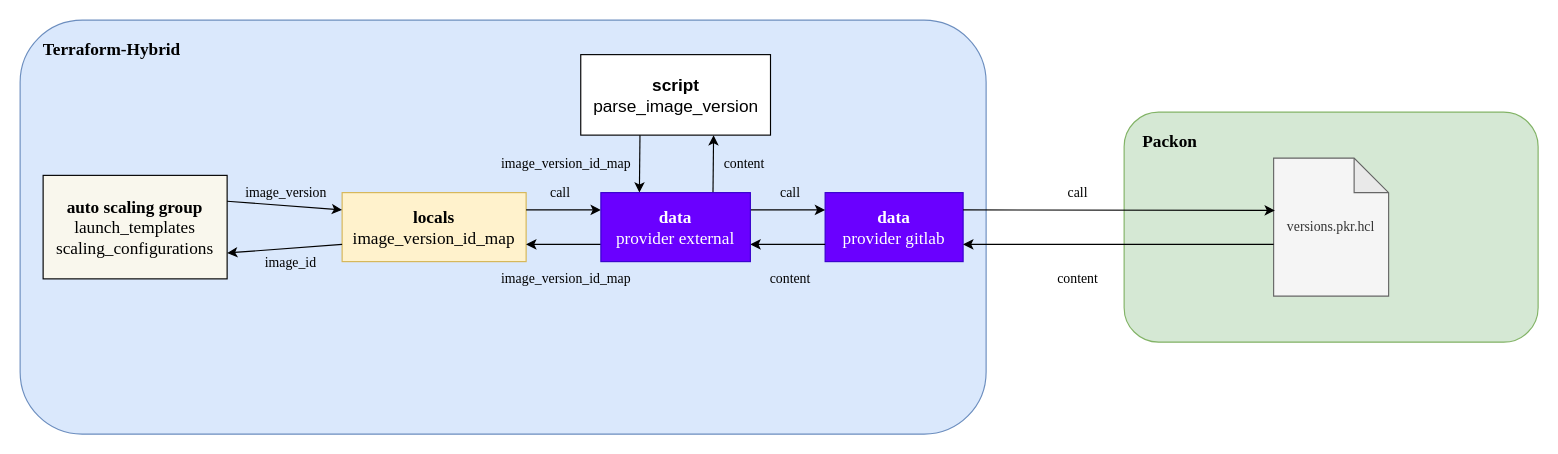
YanshanSong/draw.io keeps this draw.io diagram as packon-terraform-hybrid-connection.drawio. Above is the earlier version. Source tidied: cells renumbered, new cells numbered last; positions are measured from the earlier drawing's top-left corner, leaving out a move shared by most shapes. Both pictures are drawn from the tidied source at 115%, with x=0, y=0 at pixel (20, 20).
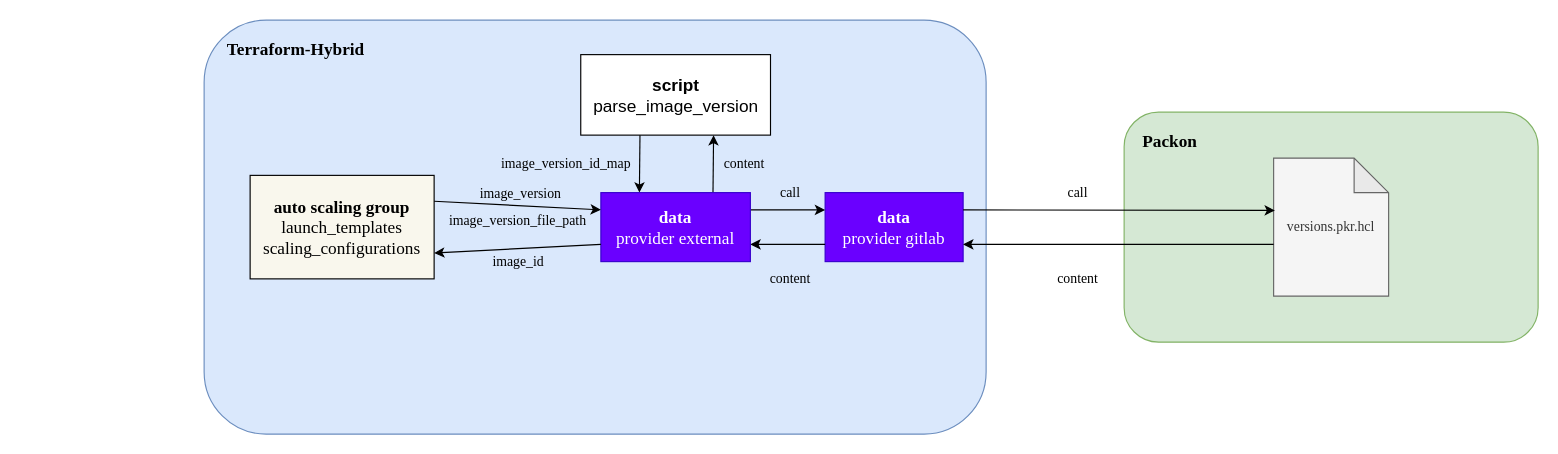
The same page after the edit.

Unchanged cells that the change refers to:
```xml
<mxCell id="26" value="&lt;font style=&quot;font-size: 15px;&quot;&gt;&lt;b&gt;data&lt;/b&gt;&lt;br style=&quot;&quot;&gt;provider&lt;b style=&quot;&quot;&gt;&amp;nbsp;&lt;/b&gt;external&lt;/font&gt;" style="rounded=0;whiteSpace=wrap;html=1;fillColor=#6a00ff;strokeColor=#3700CC;fontColor=#ffffff;fontFamily=Times New Roman;fontSize=15;" parent="25" vertex="1">
  <mxGeometry x="17.5" y="120" width="130" height="60" as="geometry" />
</mxCell>
```

The edit, as a diff of the source:
```diff
@@
     <mxCell id="2" style="rounded=1;whiteSpace=wrap;html=1;fillColor=#dae8fc;strokeColor=#6c8ebf;" parent="1" vertex="1">
-      <mxGeometry width="840" height="360" as="geometry" />
+      <mxGeometry x="160" width="680" height="360" as="geometry" />
     </mxCell>
     <mxCell id="3" value="Terraform-Hybrid" style="text;html=1;strokeColor=none;fillColor=none;align=center;verticalAlign=middle;whiteSpace=wrap;rounded=0;fontFamily=Times New Roman;fontSize=15;fontStyle=1;" parent="1" vertex="1">
-      <mxGeometry width="160" height="50" as="geometry" />
+      <mxGeometry x="160" width="160" height="50" as="geometry" />
     </mxCell>
     <mxCell id="4" value="&lt;font style=&quot;font-size: 15px;&quot; face=&quot;Times New Roman&quot;&gt;&lt;b&gt;auto scaling group&lt;/b&gt;&lt;br&gt;launch_templates&lt;br&gt;scaling_configurations&lt;/font&gt;" style="rounded=0;whiteSpace=wrap;html=1;fillColor=#f9f7ed;strokeColor=default;labelBorderColor=none;fontColor=default;" parent="1" vertex="1">
-      <mxGeometry x="20" y="135" width="160" height="90" as="geometry" />
+      <mxGeometry x="200" y="135" width="160" height="90" as="geometry" />
     </mxCell>
-    <mxCell id="5" value="&lt;font style=&quot;font-size: 15px;&quot; face=&quot;Times New Roman&quot;&gt;&lt;b&gt;locals&lt;/b&gt;&lt;br&gt;image_version_id_map&lt;/font&gt;" style="rounded=0;whiteSpace=wrap;html=1;fillColor=#fff2cc;strokeColor=#d6b656;" parent="1" vertex="1">
-      <mxGeometry x="280" y="150" width="160" height="60" as="geometry" />
-    </mxCell>
-    <mxCell id="6" value="&lt;font style=&quot;font-size: 12px;&quot;&gt;image_version&lt;/font&gt;" style="endArrow=classic;html=1;rounded=0;exitX=1;exitY=0.25;exitDx=0;exitDy=0;entryX=0;entryY=0.25;entryDx=0;entryDy=0;labelBackgroundColor=none;fontSize=11;fontFamily=Times New Roman;" parent="1" edge="1" source="4" target="5">
-      <mxGeometry y="11" relative="1" as="geometry" />
-    </mxCell>
-    <mxCell id="7" style="endArrow=classic;html=1;rounded=0;entryX=1;entryY=0.75;entryDx=0;entryDy=0;exitX=0;exitY=0.75;exitDx=0;exitDy=0;" parent="1" edge="1" source="5" target="4">
-      <mxGeometry relative="1" as="geometry" />
-    </mxCell>
-    <mxCell id="8" value="&lt;font style=&quot;font-size: 12px;&quot;&gt;image_id&lt;br&gt;&lt;/font&gt;" style="edgeLabel;html=1;align=center;verticalAlign=middle;labelBackgroundColor=none;fontFamily=Times New Roman;fontSize=11;" parent="7" vertex="1">
-      <mxGeometry x="-0.11" y="-3" relative="1" as="geometry">
-        <mxPoint y="15" as="offset" />
-      </mxGeometry>
-    </mxCell>
@@
-    <mxCell id="14" style="endArrow=classic;html=1;rounded=0;fontFamily=Helvetica;fontSize=12;fontColor=default;exitX=1;exitY=0.25;exitDx=0;exitDy=0;entryX=0;entryY=0.25;entryDx=0;entryDy=0;" parent="1" edge="1" source="5" target="26">
-      <mxGeometry relative="1" as="geometry" />
-    </mxCell>
-    <mxCell id="15" style="endArrow=classic;html=1;rounded=0;fontFamily=Helvetica;fontSize=12;fontColor=default;exitX=0;exitY=0.75;exitDx=0;exitDy=0;entryX=1;entryY=0.75;entryDx=0;entryDy=0;" parent="1" edge="1" source="26" target="5">
-      <mxGeometry relative="1" as="geometry" />
-    </mxCell>
-    <mxCell id="16" value="image_version_id_map" style="text;html=1;strokeColor=none;fillColor=none;align=center;verticalAlign=middle;whiteSpace=wrap;rounded=0;fontSize=12;fontFamily=Times New Roman;fontColor=default;" parent="1" vertex="1">
-      <mxGeometry x="445" y="210" width="60" height="30" as="geometry" />
-    </mxCell>
-    <mxCell id="17" value="call" style="text;html=1;strokeColor=none;fillColor=none;align=center;verticalAlign=middle;whiteSpace=wrap;rounded=0;fontSize=12;fontFamily=Times New Roman;fontColor=default;" parent="1" vertex="1">
-      <mxGeometry x="450" y="140" width="40" height="20" as="geometry" />
-    </mxCell>
@@
+    <mxCell id="32" style="endArrow=classic;html=1;rounded=0;exitX=1;exitY=0.25;exitDx=0;exitDy=0;entryX=0;entryY=0.25;entryDx=0;entryDy=0;" parent="1" edge="1" source="4" target="26">
+      <mxGeometry relative="1" as="geometry" />
+    </mxCell>
+    <mxCell id="6" value="image_version" style="edgeLabel;html=1;align=center;verticalAlign=middle;labelBackgroundColor=none;fontFamily=Times New Roman;fontSize=12;" parent="32" vertex="1">
+      <mxGeometry x="-0.26" relative="1" as="geometry">
+        <mxPoint x="21" y="-10" as="offset" />
+      </mxGeometry>
+    </mxCell>
+    <mxCell id="33" style="endArrow=classic;html=1;rounded=0;exitX=0;exitY=0.75;exitDx=0;exitDy=0;entryX=1;entryY=0.75;entryDx=0;entryDy=0;" parent="1" edge="1" source="26" target="4">
+      <mxGeometry relative="1" as="geometry" />
+    </mxCell>
+    <mxCell id="8" value="image_id" style="edgeLabel;html=1;align=center;verticalAlign=middle;labelBackgroundColor=none;fontFamily=Times New Roman;fontSize=12;" parent="33" vertex="1">
+      <mxGeometry x="-0.06" y="-2" relative="1" as="geometry">
+        <mxPoint x="-4" y="13" as="offset" />
+      </mxGeometry>
+    </mxCell>
+    <mxCell id="34" value="&lt;font style=&quot;font-size: 12px;&quot; face=&quot;Times New Roman&quot;&gt;image_version_file_path&lt;/font&gt;" style="text;html=1;strokeColor=none;fillColor=none;align=center;verticalAlign=middle;whiteSpace=wrap;rounded=0;" parent="1" vertex="1">
+      <mxGeometry x="377.5" y="160" width="110" height="30" as="geometry" />
+    </mxCell>
```
